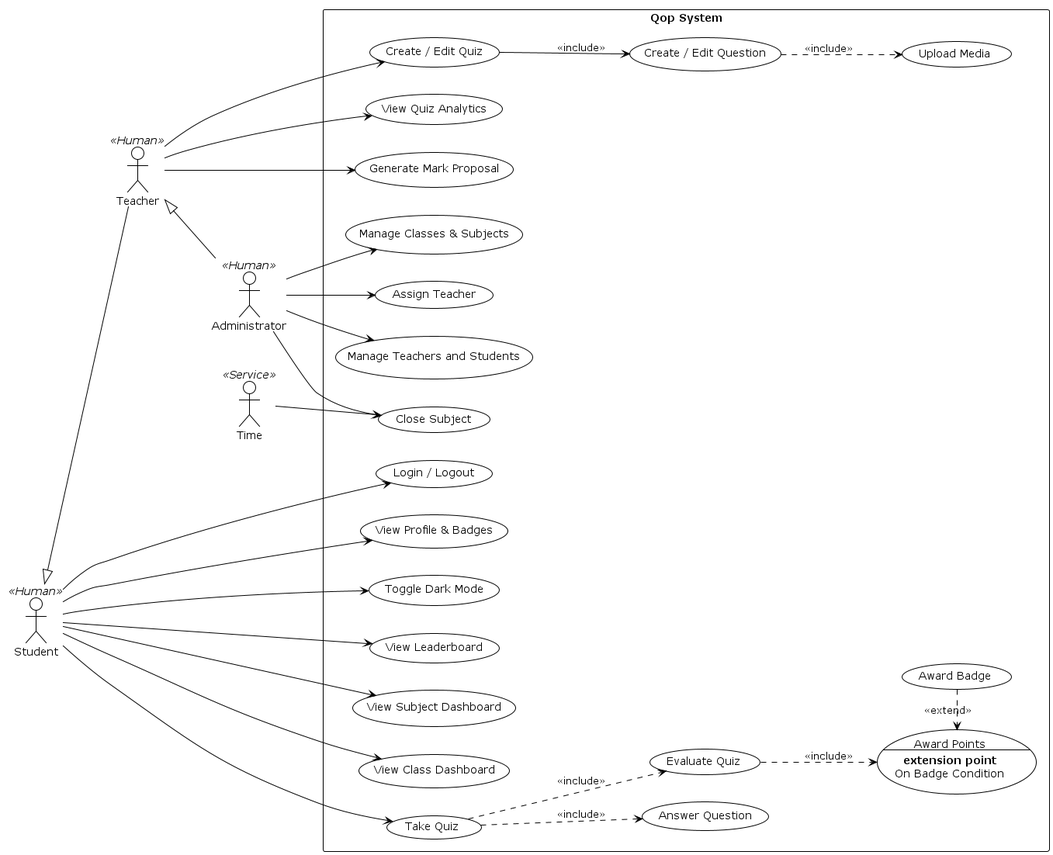
Earlier version of the PlantUML export analysis/02_use_case_diagram/02_use_case.png (Denkomasta/Qop).
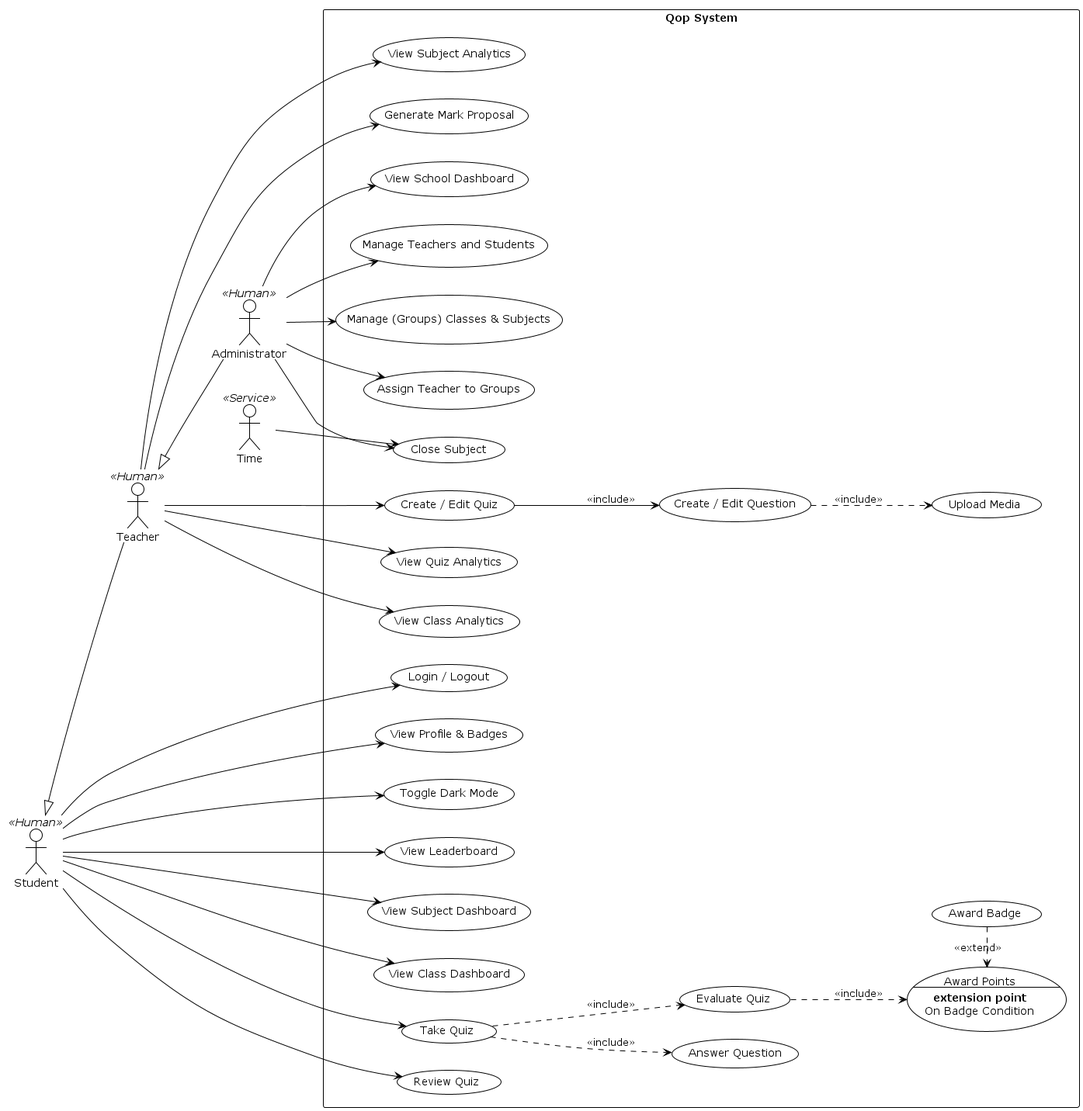
The same diagram one commit later.

Diff of the diagram source:
```diff
@@ -17,10 +17,12 @@
   usecase "View Profile & Badges" as UC_Profile
   usecase "Toggle Dark Mode" as UC_Theme
   usecase "View Leaderboard" as UC_ViewLeaderboard
+  usecase "View School Dashboard" as UC_ViewSchool
   usecase "View Subject Dashboard" as UC_ViewSubject
-  usecase "View Class Dashboard" as UC_ClassStats
+  usecase "View Class Dashboard" as UC_Class
 
   usecase "Take Quiz" as UC_TakeQuiz
+  usecase "Review Quiz" as UC_ReviewQuiz
   usecase UC_AwardPoints as "Award Points\n--\n**extension point**\nOn Badge Condition"
   usecase "Answer Question" as UC_AnswerQuestion
   usecase "Evaluate Quiz" as UC_EvalQuiz
@@ -29,12 +31,14 @@
   usecase "Create / Edit Quiz" as UC_ManageQuiz
   usecase "Create / Edit Question" as UC_CreateQuestion
   usecase "Upload Media" as UC_UploadMedia
-  usecase "View Quiz Analytics" as UC_SubjectStats
+  usecase "View Quiz Analytics" as UC_QuizStats
+  usecase "View Class Analytics" as UC_SubjectStats
+  usecase "View Subject Analytics" as UC_ClassStats
   usecase "Generate Mark Proposal" as UC_GenMarks
 
   usecase "Manage Teachers and Students" as UC_ManageUsers
-  usecase "Manage Classes & Subjects" as UC_ManageClasses
-  usecase "Assign Teacher" as UC_AssignLeaders
+  usecase "Manage (Groups) Classes & Subjects" as UC_ManageClasses
+  usecase "Assign Teacher to Groups" as UC_AssignLeaders
 
   usecase "Close Subject" as UC_CloseSubject
 }
@@ -46,7 +50,8 @@
 student --> UC_TakeQuiz
 student --> UC_ViewLeaderboard
 student --> UC_ViewSubject
-student --> UC_ClassStats
+student --> UC_Class
+student --> UC_ReviewQuiz
 
 UC_TakeQuiz ..> UC_AnswerQuestion : << include >>
 UC_TakeQuiz ..> UC_EvalQuiz : << include >>
@@ -54,7 +59,9 @@
 UC_AwardBadge .> UC_AwardPoints : << extend >>
 
 teacher --> UC_ManageQuiz
+teacher --> UC_QuizStats
 teacher --> UC_SubjectStats
+teacher --> UC_ClassStats
 teacher --> UC_GenMarks
 UC_ManageQuiz --> UC_CreateQuestion : << include >>
 UC_CreateQuestion ..> UC_UploadMedia : <<include>>
@@ -63,6 +70,7 @@
 admin --> UC_ManageClasses
 admin --> UC_AssignLeaders
 admin --> UC_CloseSubject
+admin --> UC_ViewSchool
 
 time --> UC_CloseSubject
 
```
